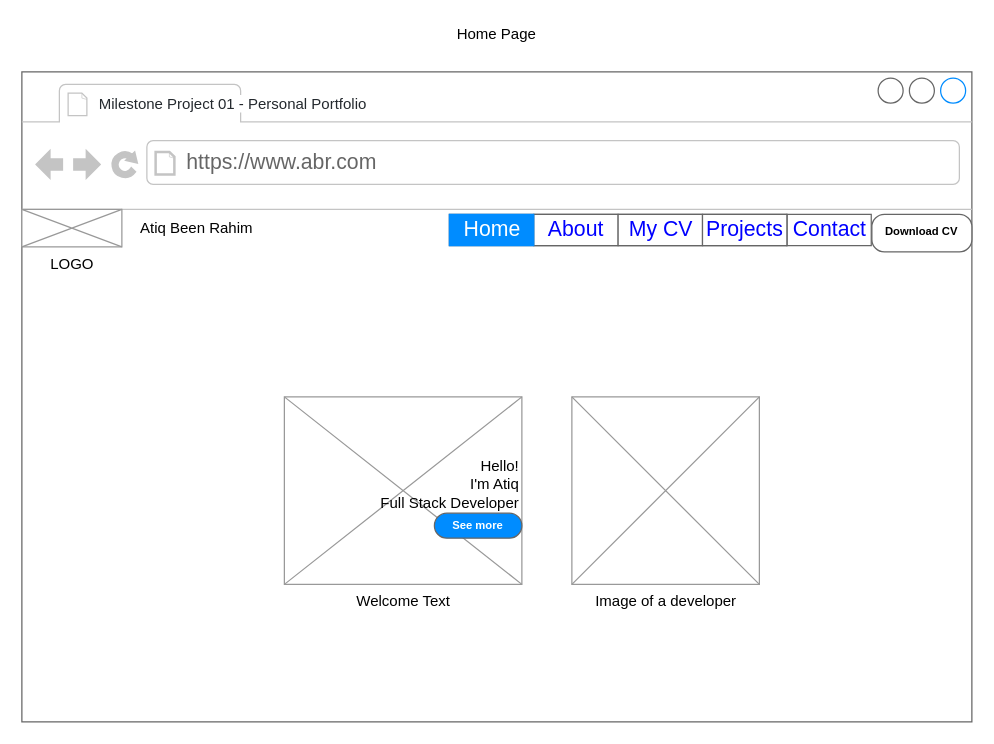
Before: page "Page-1" (1 of 5) of assets/Untitled Diagram.drawio in Code-Institute-Submissions/milestone-project-06, a draw.io diagram. Source tidied: cells renumbered, new cells numbered last; positions are measured from the earlier drawing's top-left corner, leaving out a move shared by most shapes. Both pictures are drawn from the tidied source at 125%, with x=0, y=0 at pixel (21, 21).
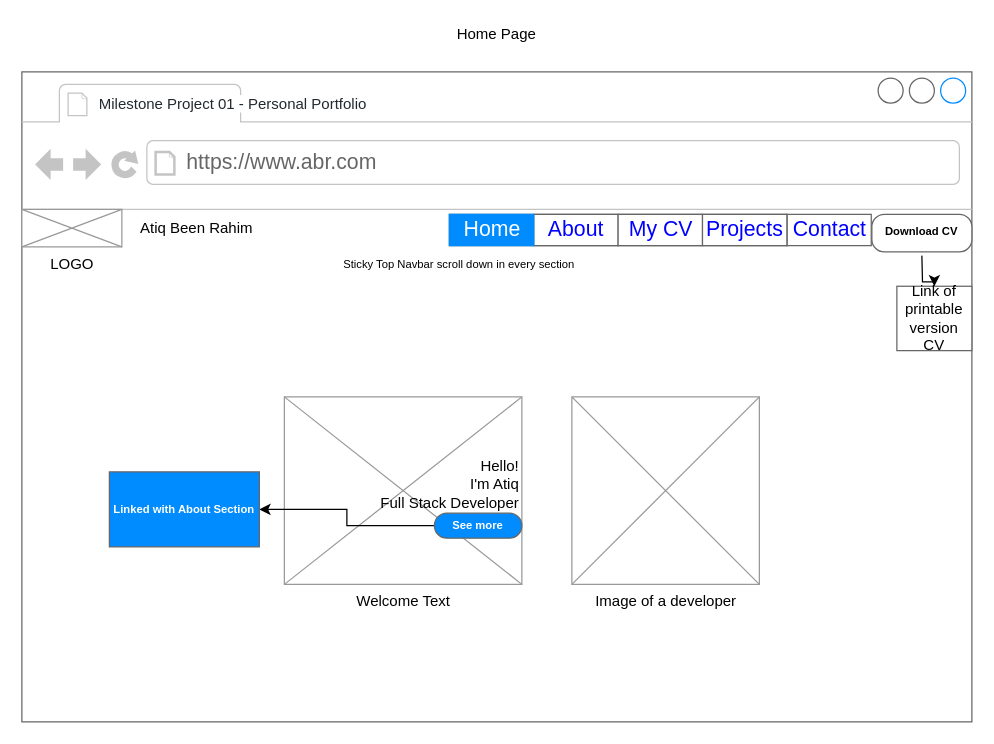
The same diagram, later.

Unchanged cells that the change refers to:
```xml
<mxCell id="2" style="strokeWidth=1;shadow=0;dashed=0;align=center;html=1;shape=mxgraph.mockup.containers.browserWindow;rSize=0;strokeColor=#666666;strokeColor2=#008cff;strokeColor3=#c4c4c4;mainText=,;" parent="1" vertex="1">
  <mxGeometry y="40" width="760" height="520" as="geometry" />
</mxCell>
<mxCell id="19" value="See more" style="strokeWidth=1;shadow=0;dashed=0;align=center;html=1;shape=mxgraph.mockup.buttons.button;strokeColor=#666666;fontColor=#ffffff;mainText=;buttonStyle=round;fontSize=9;fontStyle=1;fillColor=#008cff;whiteSpace=wrap;sketch=0;" parent="2" vertex="1">
  <mxGeometry x="330" y="353" width="70" height="20" as="geometry" />
</mxCell>
```

Diff of the diagram source:
```diff
@@
+    <mxCell id="21" style="edgeStyle=orthogonalEdgeStyle;rounded=0;jettySize=auto;html=1;fontSize=9;" parent="2" edge="1" source="19" target="23">
+      <mxGeometry relative="1" as="geometry" />
+    </mxCell>
@@
+    <mxCell id="22" value="Sticky Top Navbar scroll down in every section" style="text;html=1;strokeColor=none;fillColor=none;align=center;verticalAlign=middle;whiteSpace=wrap;rounded=0;sketch=0;fontSize=9;" parent="2" vertex="1">
+      <mxGeometry x="240" y="144" width="220" height="20" as="geometry" />
+    </mxCell>
+    <mxCell id="23" value="Linked with About Section" style="whiteSpace=wrap;html=1;shadow=0;dashed=0;fontSize=9;fontColor=#ffffff;fontStyle=1;strokeColor=#666666;strokeWidth=1;fillColor=#008cff;sketch=0;" parent="2" vertex="1">
+      <mxGeometry x="70" y="320" width="120" height="60" as="geometry" />
+    </mxCell>
+    <mxCell id="24" value="Link of printable version CV" style="whiteSpace=wrap;html=1;shadow=0;dashed=0;strokeColor=#666666;strokeWidth=1;fillColor=#FFFFFF;sketch=0;" parent="2" vertex="1">
+      <mxGeometry x="700" y="171.5" width="60" height="51.5" as="geometry" />
+    </mxCell>
@@
+    <mxCell id="25" style="edgeStyle=orthogonalEdgeStyle;rounded=0;jettySize=auto;html=1;fontSize=12;" parent="1" edge="1" target="24">
+      <mxGeometry relative="1" as="geometry">
+        <mxPoint x="720" y="187" as="sourcePoint" />
+      </mxGeometry>
+    </mxCell>
```
